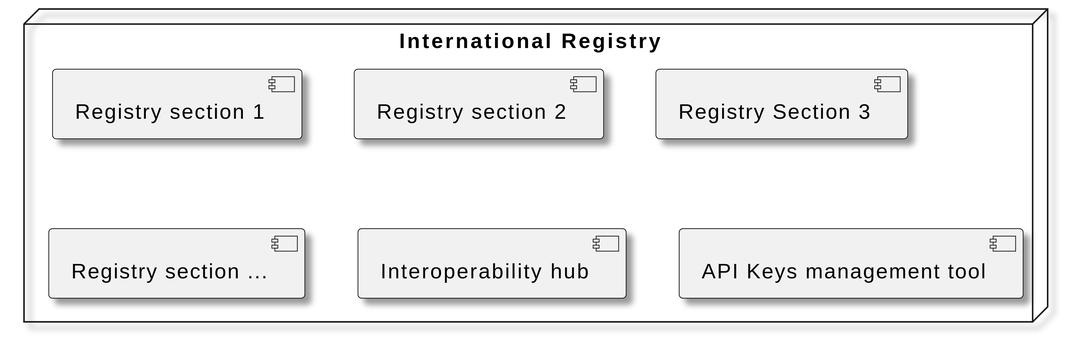
Above: diagrams/security components.svg in frankcnng/CARP (PlantUML), before the change.
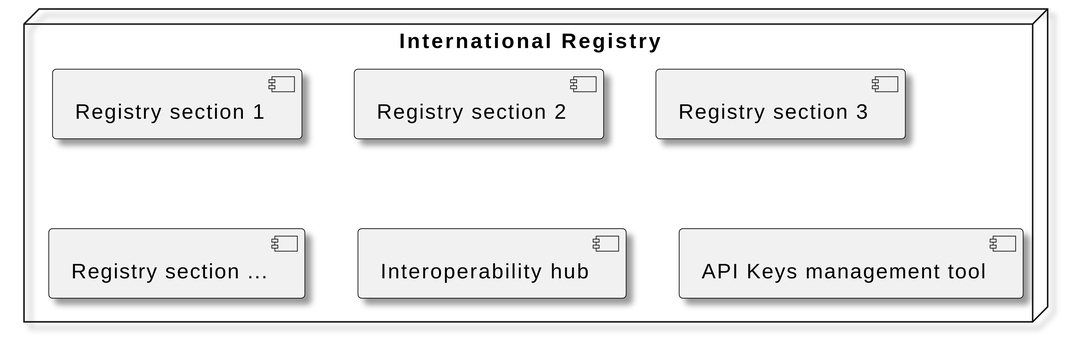
After the commit.

Diff of the diagram source:
```diff
@@ -7,7 +7,7 @@
 node "International Registry" {
 component "Registry section 1" as rs2
 component "Registry section 2" as rs1
-component "Registry Section 3" as rs3
+component "Registry section 3" as rs3
 component "Registry section ..." as rsn
 
 component "Interoperability hub" as h
```
